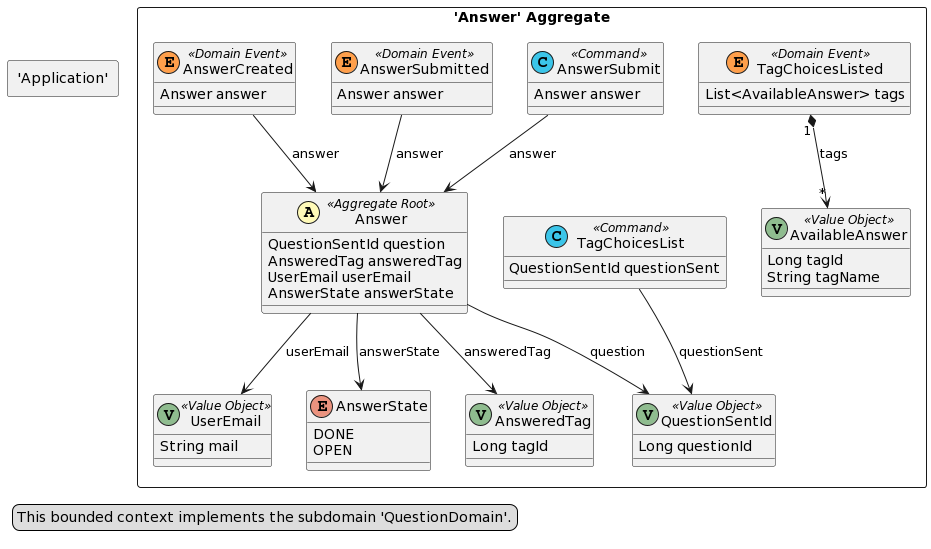
The PlantUML diagram doc/dist/src-gen/gamedev_BC_AnswerContext.png in esgi-lyon/question-ddd, before a commit.
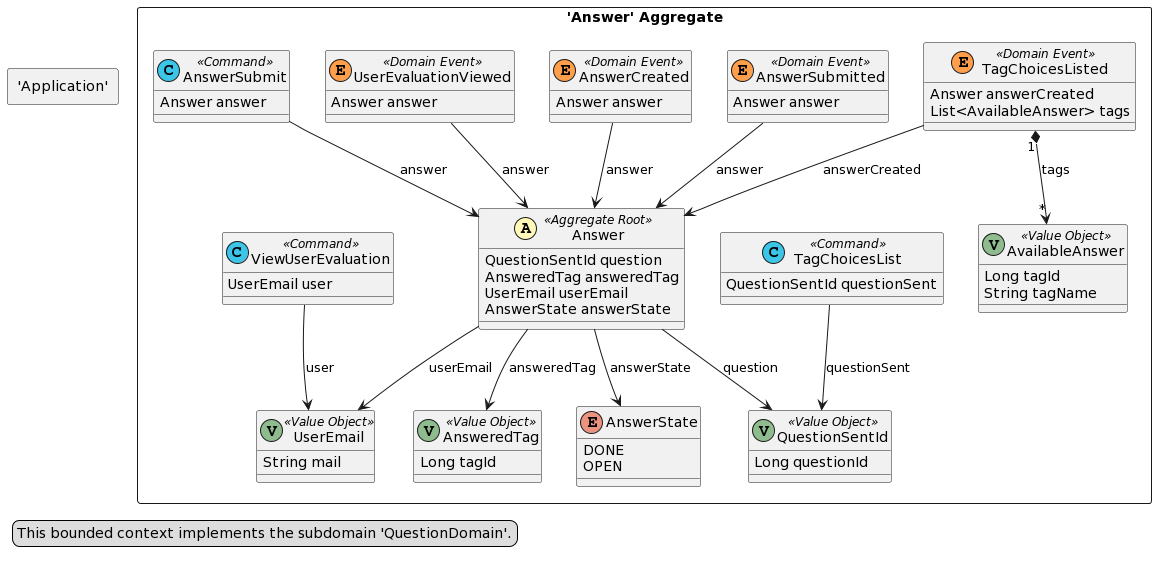
Above is the later version.

What changed in the source:
```diff
@@ -26,6 +26,7 @@
 		String mail
 	}
 	class TagChoicesListed <<(E,#ff9f4b) Domain Event>> {
+		Answer answerCreated
 		List<AvailableAnswer> tags
 	}
 	class AnswerSubmitted <<(E,#ff9f4b) Domain Event>> {
@@ -34,11 +35,17 @@
 	class AnswerCreated <<(E,#ff9f4b) Domain Event>> {
 		Answer answer
 	}
+	class UserEvaluationViewed <<(E,#ff9f4b) Domain Event>> {
+		Answer answer
+	}
 	class TagChoicesList <<(C,#3bc5e9) Command>> {
 		QuestionSentId questionSent
 	}
 	class AnswerSubmit <<(C,#3bc5e9) Command>> {
 		Answer answer
+	}
+	class ViewUserEvaluation <<(C,#3bc5e9) Command>> {
+		UserEmail user
 	}
 }
 package "'Application'" <<Rectangle>> {
@@ -50,10 +57,13 @@
 AnswerSubmitted --> Answer : answer
 AnswerCreated --> Answer : answer
 Answer --> AnsweredTag : answeredTag
+TagChoicesListed --> Answer : answerCreated
 Answer --> UserEmail : userEmail
+ViewUserEvaluation --> UserEmail : user
 TagChoicesList --> QuestionSentId : questionSent
 Answer --> AnswerState : answerState
 TagChoicesListed "1" *--> "*" AvailableAnswer : tags
+UserEvaluationViewed --> Answer : answer
 AnswerSubmit --> Answer : answer
 legend left
   This bounded context implements the subdomain 'QuestionDomain'.
```
